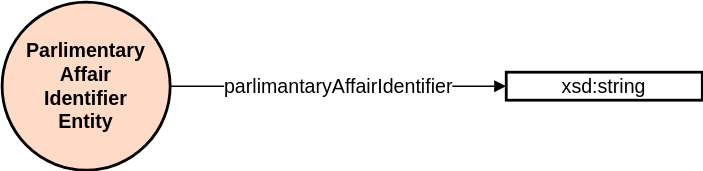
Above: figures/national_parliament_identifier.svg in swiss/ch-paf-link (draw.io), before the change. Source tidied: cells renumbered, new cells last; positions are measured from the earlier drawing's top-left corner, leaving out a move shared by most shapes. Source of this version:
```xml
<mxGraphModel>
  <root>
    <mxCell id="0" />
    <mxCell id="1" parent="0" />
    <mxCell id="2" value="&lt;b&gt;Parlimentary&lt;br&gt;Affair&lt;br&gt;Identifier&lt;br&gt;Entity&lt;/b&gt;" style="ellipse;whiteSpace=wrap;html=1;rounded=0;shadow=0;glass=0;comic=0;strokeColor=#000000;strokeWidth=2;fillColor=#fddbc7;gradientColor=none;fontSize=14;fontColor=#000000;align=center;" parent="1" vertex="1">
      <mxGeometry width="120" height="120" as="geometry" />
    </mxCell>
    <mxCell id="3" value="parlimantaryAffairIdentifier" style="endArrow=block;html=1;strokeColor=#000000;fontSize=14;fontColor=#000000;endFill=1;exitX=1;exitY=0.5;exitDx=0;exitDy=0;entryX=0;entryY=0.5;entryDx=0;entryDy=0;" parent="1" edge="1" source="2" target="4">
      <mxGeometry relative="1" as="geometry" />
    </mxCell>
    <mxCell id="4" value="xsd:string" style="whiteSpace=wrap;html=1;rounded=0;shadow=0;glass=0;comic=0;strokeColor=#000000;strokeWidth=2;fillColor=#FFFFFF;gradientColor=none;fontSize=14;fontColor=#000000;align=center;" parent="1" vertex="1">
      <mxGeometry x="360" y="50" width="140" height="20" as="geometry" />
    </mxCell>
  </root>
</mxGraphModel>
```
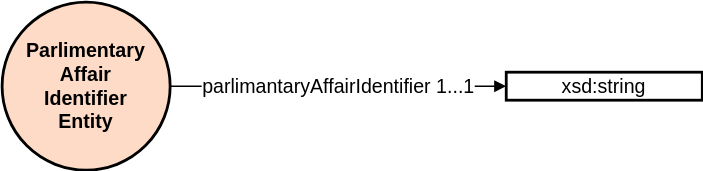
After the commit.

Change to the diagram source:
```diff
@@ -5,7 +5,7 @@
     <mxCell id="2" value="&lt;b&gt;Parlimentary&lt;br&gt;Affair&lt;br&gt;Identifier&lt;br&gt;Entity&lt;/b&gt;" style="ellipse;whiteSpace=wrap;html=1;rounded=0;shadow=0;glass=0;comic=0;strokeColor=#000000;strokeWidth=2;fillColor=#fddbc7;gradientColor=none;fontSize=14;fontColor=#000000;align=center;" parent="1" vertex="1">
       <mxGeometry width="120" height="120" as="geometry" />
     </mxCell>
-    <mxCell id="3" value="parlimantaryAffairIdentifier" style="endArrow=block;html=1;strokeColor=#000000;fontSize=14;fontColor=#000000;endFill=1;exitX=1;exitY=0.5;exitDx=0;exitDy=0;entryX=0;entryY=0.5;entryDx=0;entryDy=0;" parent="1" edge="1" source="2" target="4">
+    <mxCell id="3" value="parlimantaryAffairIdentifier 1...1" style="endArrow=block;html=1;strokeColor=#000000;fontSize=14;fontColor=#000000;endFill=1;exitX=1;exitY=0.5;exitDx=0;exitDy=0;entryX=0;entryY=0.5;entryDx=0;entryDy=0;" parent="1" edge="1" source="2" target="4">
       <mxGeometry relative="1" as="geometry" />
     </mxCell>
     <mxCell id="4" value="xsd:string" style="whiteSpace=wrap;html=1;rounded=0;shadow=0;glass=0;comic=0;strokeColor=#000000;strokeWidth=2;fillColor=#FFFFFF;gradientColor=none;fontSize=14;fontColor=#000000;align=center;" parent="1" vertex="1">
```
